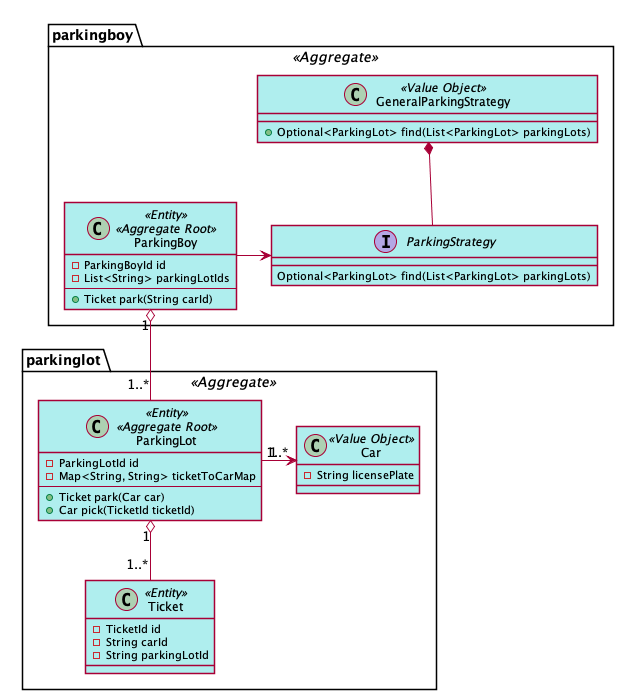
Earlier version of the PlantUML export uml/parkinglot.png (gitqh/parking-lot-ddd-workshop).
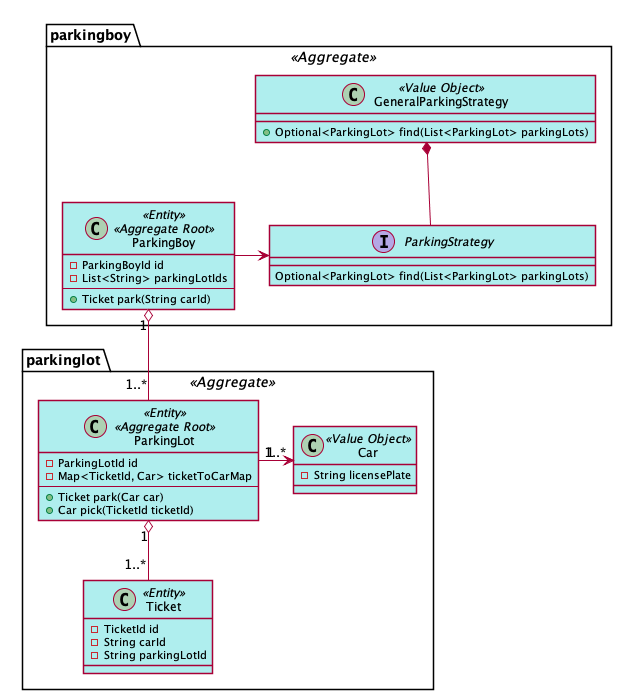
After the change.

Commit message:
Update uml graph

What changed in the source:
```diff
@@ -29,7 +29,7 @@
 package parkinglot <<Aggregate>> {
     class ParkingLot <<Entity>> <<Aggregate Root>> {
         -ParkingLotId id
-        -Map<String, String> ticketToCarMap
+        -Map<TicketId, Car> ticketToCarMap
         --
         +Ticket park(Car car)
         +Car pick(TicketId ticketId)
```
